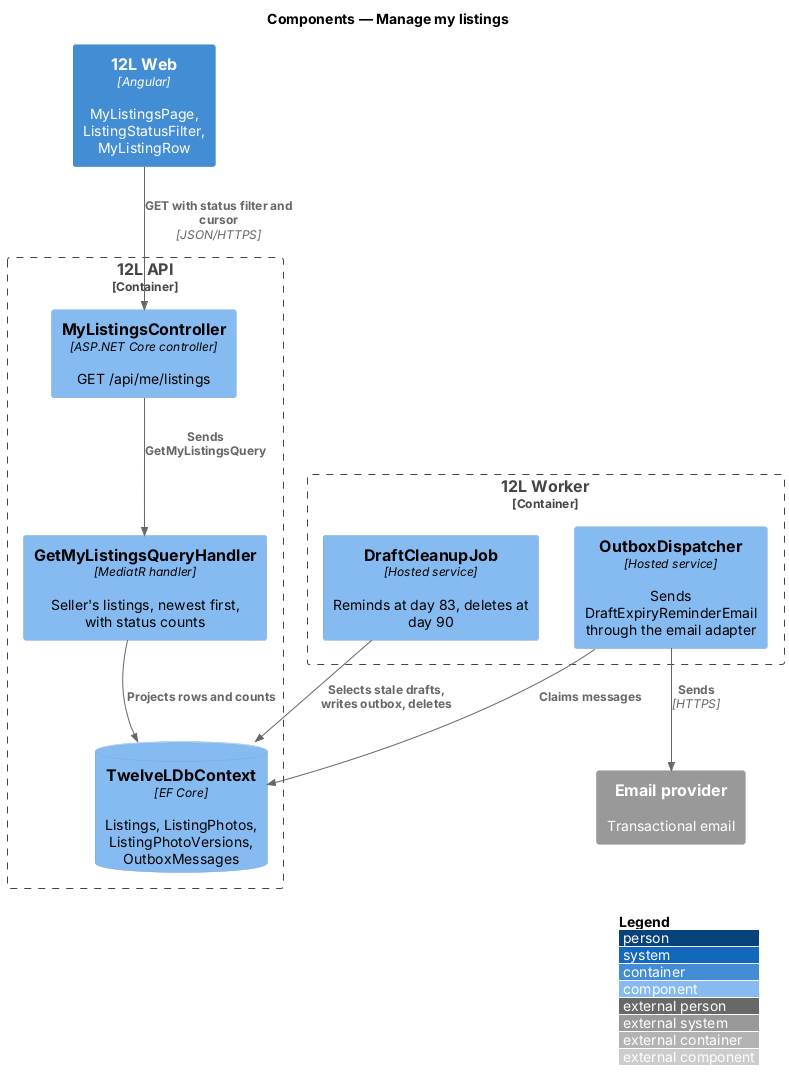
The PlantUML diagram docs/detailed-designs/listings/manage-my-listings/diagrams/c4-component.png in QuinntyneBrown/12l, before a commit.
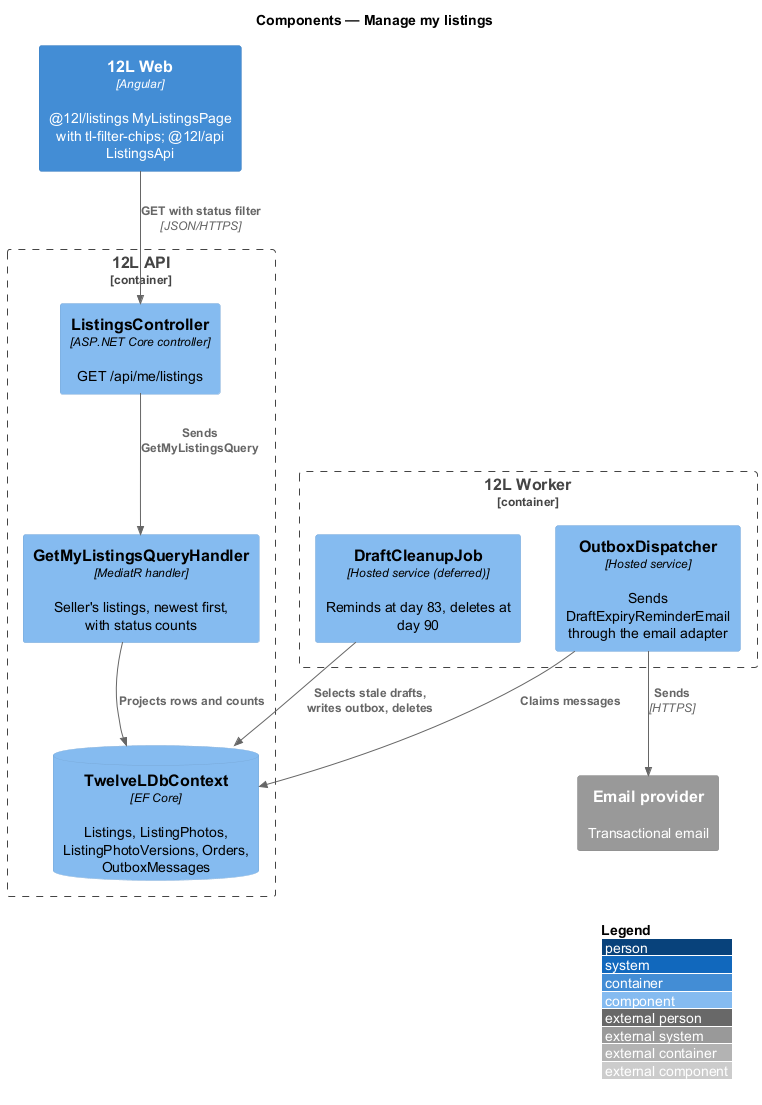
Above is the later version.

Diff of the diagram source:
```diff
@@ -3,19 +3,19 @@
 LAYOUT_WITH_LEGEND()
 title Components — Manage my listings
 
-Container(web, "12L Web", "Angular", "MyListingsPage, ListingStatusFilter, MyListingRow")
+Container(web, "12L Web", "Angular", "@12l/listings MyListingsPage with tl-filter-chips; @12l/api ListingsApi")
 Container_Boundary(api, "12L API") {
-  Component(ctrl, "MyListingsController", "ASP.NET Core controller", "GET /api/me/listings")
+  Component(ctrl, "ListingsController", "ASP.NET Core controller", "GET /api/me/listings")
   Component(query, "GetMyListingsQueryHandler", "MediatR handler", "Seller's listings, newest first, with status counts")
-  ComponentDb(db, "TwelveLDbContext", "EF Core", "Listings, ListingPhotos, ListingPhotoVersions, OutboxMessages")
+  ComponentDb(db, "TwelveLDbContext", "EF Core", "Listings, ListingPhotos, ListingPhotoVersions, Orders, OutboxMessages")
 }
 Container_Boundary(worker, "12L Worker") {
-  Component(job, "DraftCleanupJob", "Hosted service", "Reminds at day 83, deletes at day 90")
+  Component(job, "DraftCleanupJob", "Hosted service (deferred)", "Reminds at day 83, deletes at day 90")
   Component(outbox, "OutboxDispatcher", "Hosted service", "Sends DraftExpiryReminderEmail through the email adapter")
 }
 System_Ext(email, "Email provider", "Transactional email")
 
-Rel(web, ctrl, "GET with status filter and cursor", "JSON/HTTPS")
+Rel(web, ctrl, "GET with status filter", "JSON/HTTPS")
 Rel(ctrl, query, "Sends GetMyListingsQuery")
 Rel(query, db, "Projects rows and counts")
 Rel(job, db, "Selects stale drafts, writes outbox, deletes")
```
